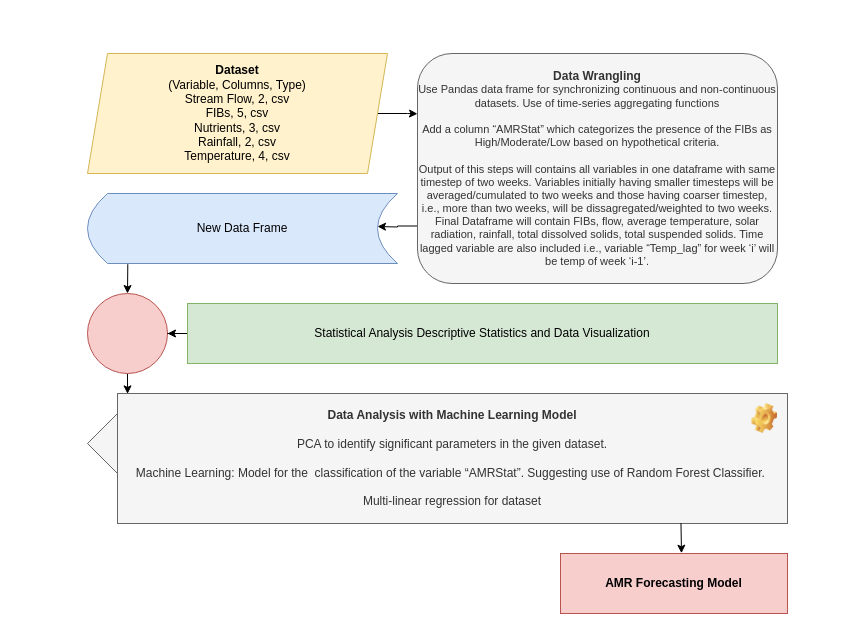
The draw.io diagram Untitled Diagram.drawio in shbpk/ABE516_TP, before the edit. Source tidied: cells renumbered, new cells numbered last; positions are measured from the earlier drawing's top-left corner, leaving out a move shared by most shapes. Both pictures are drawn from the tidied source at 100%, with x=0, y=0 at pixel (87, 53).
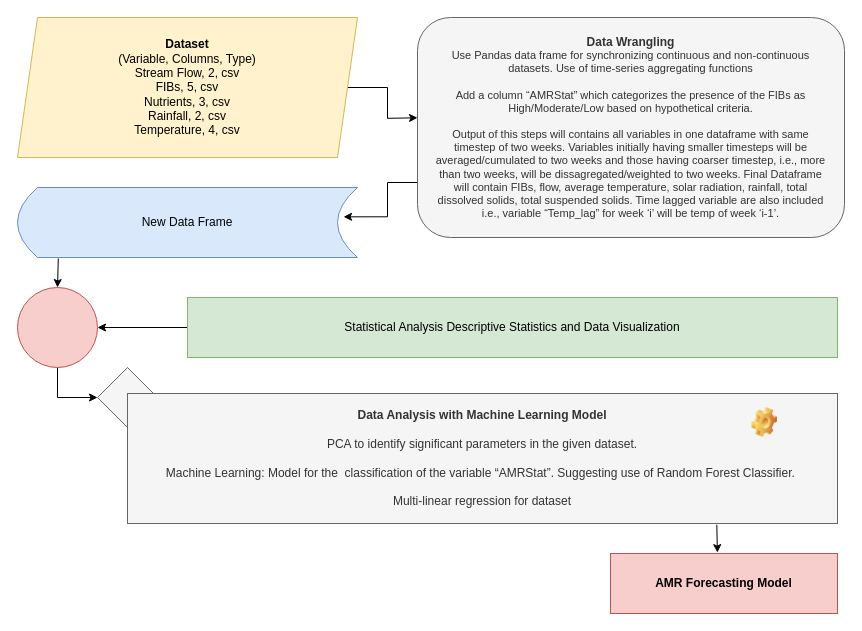
Above is the later version.

Change to the diagram source:
```diff
@@
 <mxGraphModel>
   <root>
     <mxCell id="0" />
     <mxCell id="1" parent="0" />
     <mxCell id="2" style="edgeStyle=orthogonalEdgeStyle;rounded=0;jettySize=auto;html=1;exitX=1;exitY=0.5;exitDx=0;exitDy=0;" parent="1" edge="1" source="3">
       <mxGeometry relative="1" as="geometry">
-        <mxPoint x="330" y="60.3" as="targetPoint" />
+        <mxPoint x="330" y="64.3" as="targetPoint" />
       </mxGeometry>
     </mxCell>
     <mxCell id="3" value="&lt;div&gt;&lt;b&gt;Dataset&lt;/b&gt;&lt;/div&gt;&lt;div&gt;(Variable, Columns, Type)&lt;/div&gt;&lt;div&gt;Stream Flow, 2, csv&lt;/div&gt;&lt;div&gt;FIBs, 5, csv&lt;/div&gt;&lt;div&gt;Nutrients, 3, csv&lt;/div&gt;&lt;div&gt;Rainfall, 2, csv&lt;/div&gt;&lt;div&gt;Temperature, 4, csv&lt;/div&gt;" style="shape=parallelogram;perimeter=parallelogramPerimeter;whiteSpace=wrap;html=1;fixedSize=1;fillColor=#fff2cc;strokeColor=#d6b656;" parent="1" vertex="1">
-      <mxGeometry width="300" height="120" as="geometry" />
+      <mxGeometry x="-70" y="-36" width="340" height="140" as="geometry" />
     </mxCell>
-    <mxCell id="4" style="edgeStyle=orthogonalEdgeStyle;rounded=0;jettySize=auto;html=1;exitX=0;exitY=0.75;exitDx=0;exitDy=0;" parent="1" edge="1" source="5">
-      <mxGeometry relative="1" as="geometry">
-        <mxPoint x="290" y="173" as="targetPoint" />
-      </mxGeometry>
+    <mxCell id="4" style="edgeStyle=orthogonalEdgeStyle;rounded=0;jettySize=auto;html=1;exitX=0;exitY=0.75;exitDx=0;exitDy=0;entryX=0.959;entryY=0.419;entryDx=0;entryDy=0;entryPerimeter=0;" parent="1" edge="1" source="5" target="6">
+      <mxGeometry relative="1" as="geometry" />
     </mxCell>
-    <mxCell id="5" value="&lt;div&gt;&lt;b&gt;Data Wrangling&lt;/b&gt;&lt;/div&gt;&lt;div style=&quot;font-size: 11px;&quot;&gt;&lt;font style=&quot;font-size: 11px;&quot;&gt;Use Pandas data frame for synchronizing continuous and non-continuous datasets. Use of time-series aggregating functions&lt;/font&gt;&lt;/div&gt;&lt;div style=&quot;font-size: 11px;&quot;&gt;&lt;font style=&quot;font-size: 11px;&quot;&gt;&lt;br&gt;&lt;/font&gt;&lt;/div&gt;&lt;div style=&quot;font-size: 11px;&quot;&gt;&lt;font style=&quot;font-size: 11px;&quot;&gt;Add a column “AMRStat” which categorizes the presence of the FIBs as High/Moderate/Low based on hypothetical criteria.&lt;/font&gt;&lt;/div&gt;&lt;div style=&quot;font-size: 11px;&quot;&gt;&lt;font style=&quot;font-size: 11px;&quot;&gt;&lt;br&gt;&lt;/font&gt;&lt;/div&gt;&lt;div style=&quot;font-size: 11px;&quot;&gt;&lt;font style=&quot;font-size: 11px;&quot;&gt;Output of this steps will contains all variables in one dataframe with same timestep of two weeks. Variables initially having smaller timesteps will be averaged/cumulated to two weeks and those having coarser timestep, i.e., more than two weeks, will be dissagregated/weighted to two weeks. Final Dataframe will contain FIBs, flow, average temperature, solar radiation, rainfall, total dissolved solids, total suspended solids. Time lagged variable are also included i.e., variable “Temp_lag” for week ‘i’ will be temp of week ‘i-1’.&lt;/font&gt;&lt;/div&gt;" style="rounded=1;whiteSpace=wrap;html=1;fillColor=#f5f5f5;strokeColor=#666666;fontColor=#333333;" parent="1" vertex="1">
-      <mxGeometry x="330" width="360" height="230" as="geometry" />
+    <mxCell id="5" value="&lt;div&gt;&lt;b&gt;Data Wrangling&lt;/b&gt;&lt;/div&gt;&lt;div style=&quot;font-size: 11px;&quot;&gt;&lt;font style=&quot;font-size: 11px;&quot;&gt;Use Pandas data frame for synchronizing continuous and non-continuous datasets. Use of time-series aggregating functions&lt;/font&gt;&lt;/div&gt;&lt;div style=&quot;font-size: 11px;&quot;&gt;&lt;font style=&quot;font-size: 11px;&quot;&gt;&lt;br&gt;&lt;/font&gt;&lt;/div&gt;&lt;div style=&quot;font-size: 11px;&quot;&gt;&lt;font style=&quot;font-size: 11px;&quot;&gt;Add a column “AMRStat” which categorizes the presence of the FIBs as High/Moderate/Low based on hypothetical criteria.&lt;/font&gt;&lt;/div&gt;&lt;div style=&quot;font-size: 11px;&quot;&gt;&lt;font style=&quot;font-size: 11px;&quot;&gt;&lt;br&gt;&lt;/font&gt;&lt;/div&gt;&lt;div style=&quot;font-size: 11px;&quot;&gt;&lt;font style=&quot;font-size: 11px;&quot;&gt;Output of this steps will contains all variables in one dataframe with same timestep of two weeks. Variables initially having smaller timesteps will be averaged/cumulated to two weeks and those having coarser timestep, i.e., more than two weeks, will be dissagregated/weighted to two weeks. Final Dataframe will contain FIBs, flow, average temperature, solar radiation, rainfall, total dissolved solids, total suspended solids. Time lagged variable are also included i.e., variable “Temp_lag” for week ‘i’ will be temp of week ‘i-1’.&lt;/font&gt;&lt;/div&gt;" style="rounded=1;whiteSpace=wrap;html=1;fillColor=#f5f5f5;strokeColor=#666666;fontColor=#333333;spacingLeft=13;spacingRight=13;" parent="1" vertex="1">
+      <mxGeometry x="330" y="-36" width="427" height="220" as="geometry" />
     </mxCell>
     <mxCell id="6" value="New Data Frame" style="shape=dataStorage;whiteSpace=wrap;html=1;fixedSize=1;fillColor=#dae8fc;strokeColor=#6c8ebf;" parent="1" vertex="1">
-      <mxGeometry y="140" width="310" height="70" as="geometry" />
+      <mxGeometry x="-70" y="134" width="340" height="70" as="geometry" />
     </mxCell>
-    <mxCell id="7" style="edgeStyle=orthogonalEdgeStyle;rounded=0;jettySize=auto;html=1;exitX=0.5;exitY=1;exitDx=0;exitDy=0;entryX=0.015;entryY=0.003;entryDx=0;entryDy=0;entryPerimeter=0;" parent="1" edge="1" source="8" target="12">
-      <mxGeometry relative="1" as="geometry" />
+    <mxCell id="7" style="edgeStyle=orthogonalEdgeStyle;rounded=0;jettySize=auto;html=1;exitX=0.5;exitY=1;exitDx=0;exitDy=0;entryX=0;entryY=0.5;entryDx=0;entryDy=0;" parent="1" edge="1" source="8" target="11">
+      <mxGeometry relative="1" as="geometry">
+        <Array as="points">
+          <mxPoint x="-30" y="344" />
+        </Array>
+      </mxGeometry>
     </mxCell>
     <mxCell id="8" style="ellipse;whiteSpace=wrap;html=1;fillColor=#f8cecc;strokeColor=#b85450;" parent="1" vertex="1">
-      <mxGeometry y="240" width="80" height="80" as="geometry" />
+      <mxGeometry x="-70" y="234" width="80" height="80" as="geometry" />
     </mxCell>
     <mxCell id="9" style="edgeStyle=orthogonalEdgeStyle;rounded=0;jettySize=auto;html=1;" parent="1" edge="1" source="10" target="8">
       <mxGeometry relative="1" as="geometry" />
     </mxCell>
     <mxCell id="10" value="&lt;div&gt;Statistical Analysis Descriptive Statistics and Data Visualization&lt;/div&gt;" style="rounded=0;whiteSpace=wrap;html=1;fillColor=#d5e8d4;strokeColor=#82b366;" parent="1" vertex="1">
-      <mxGeometry x="100" y="250" width="590" height="60" as="geometry" />
+      <mxGeometry x="100" y="244" width="650" height="60" as="geometry" />
     </mxCell>
     <mxCell id="11" style="rhombus;whiteSpace=wrap;html=1;fillColor=#f5f5f5;fontColor=#333333;strokeColor=#666666;" parent="1" vertex="1">
-      <mxGeometry y="350" width="80" height="80" as="geometry" />
+      <mxGeometry x="10" y="314" width="60" height="60" as="geometry" />
     </mxCell>
     <mxCell id="12" value="&lt;div style=&quot;border-color: var(--border-color);&quot;&gt;&lt;b style=&quot;border-color: var(--border-color);&quot;&gt;Data Analysis with Machine Learning Model&lt;/b&gt;&lt;/div&gt;&lt;div style=&quot;border-color: var(--border-color);&quot;&gt;&lt;br style=&quot;border-color: var(--border-color);&quot;&gt;&lt;/div&gt;&lt;div style=&quot;border-color: var(--border-color);&quot;&gt;PCA to identify significant parameters in the given dataset.&lt;/div&gt;&lt;div style=&quot;border-color: var(--border-color);&quot;&gt;&lt;br style=&quot;border-color: var(--border-color);&quot;&gt;&lt;/div&gt;&lt;div style=&quot;border-color: var(--border-color);&quot;&gt;Machine Learning: Model for the&amp;nbsp; classification of the variable “AMRStat”. Suggesting use of Random Forest Classifier.&amp;nbsp;&lt;/div&gt;&lt;div style=&quot;border-color: var(--border-color);&quot;&gt;&lt;br style=&quot;border-color: var(--border-color);&quot;&gt;&lt;/div&gt;&lt;div style=&quot;border-color: var(--border-color);&quot;&gt;Multi-linear regression for dataset&lt;/div&gt;" style="rounded=0;whiteSpace=wrap;html=1;fillColor=#f5f5f5;fontColor=#333333;strokeColor=#666666;" parent="1" vertex="1">
-      <mxGeometry x="30" y="340" width="670" height="130" as="geometry" />
+      <mxGeometry x="40" y="340" width="710" height="130" as="geometry" />
     </mxCell>
     <mxCell id="13" value="&lt;p style=&quot;margin-top: 0pt; margin-bottom: 0pt; margin-left: 0in; direction: ltr; unicode-bidi: embed; word-break: normal;&quot;&gt;&lt;b&gt;AMR Forecasting Model&lt;/b&gt;&lt;/p&gt;" style="rounded=0;whiteSpace=wrap;html=1;fillColor=#f8cecc;strokeColor=#b85450;" parent="1" vertex="1">
-      <mxGeometry x="473" y="500" width="227" height="60" as="geometry" />
+      <mxGeometry x="523" y="500" width="227" height="60" as="geometry" />
     </mxCell>
-    <mxCell id="14" style="endArrow=classic;html=1;rounded=0;entryX=0.533;entryY=-0.005;entryDx=0;entryDy=0;exitX=0.841;exitY=0.997;exitDx=0;exitDy=0;exitPerimeter=0;entryPerimeter=0;" parent="1" edge="1" source="12" target="13">
+    <mxCell id="14" style="endArrow=classic;html=1;rounded=0;entryX=0.471;entryY=-0.015;entryDx=0;entryDy=0;exitX=0.83;exitY=1.01;exitDx=0;exitDy=0;exitPerimeter=0;entryPerimeter=0;" parent="1" edge="1" source="12" target="13">
       <mxGeometry relative="1" as="geometry" />
     </mxCell>
-    <mxCell id="15" style="endArrow=classic;html=1;rounded=0;entryX=0.5;entryY=0;entryDx=0;entryDy=0;exitX=0.13;exitY=1.01;exitDx=0;exitDy=0;exitPerimeter=0;" parent="1" edge="1" source="6" target="8">
+    <mxCell id="15" style="endArrow=classic;html=1;rounded=0;entryX=0.5;entryY=0;entryDx=0;entryDy=0;exitX=0.12;exitY=1.013;exitDx=0;exitDy=0;exitPerimeter=0;" parent="1" edge="1" source="6" target="8">
       <mxGeometry relative="1" as="geometry" />
     </mxCell>
     <mxCell id="16" style="shape=image;html=1;verticalLabelPosition=bottom;verticalAlign=top;imageAspect=1;image=img/clipart/Gear_128x128.png;" parent="1" vertex="1">
-      <mxGeometry x="664.4" y="350" width="25.6" height="30" as="geometry" />
+      <mxGeometry x="664.4" y="354" width="25.6" height="30" as="geometry" />
     </mxCell>
   </root>
 </mxGraphModel>
```
